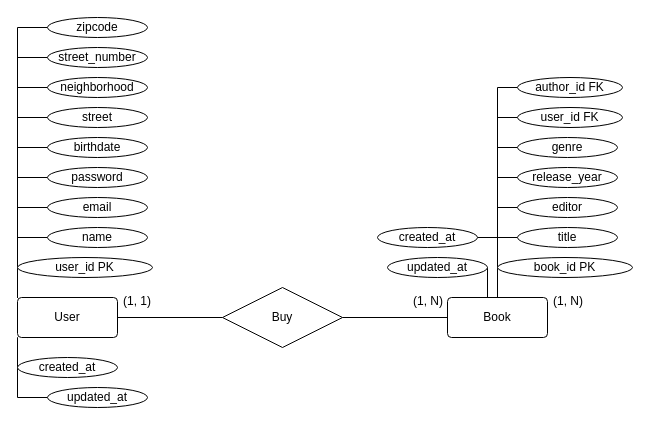
The draw.io diagram public/assets/er-diagram.drawio in v-giorgio/api-restful-ejcm, before the edit. Source tidied: cells renumbered, new cells numbered last; positions are measured from the earlier drawing's top-left corner, leaving out a move shared by most shapes. Both pictures are drawn from the tidied source at 100%, with x=0, y=0 at pixel (17, 17).
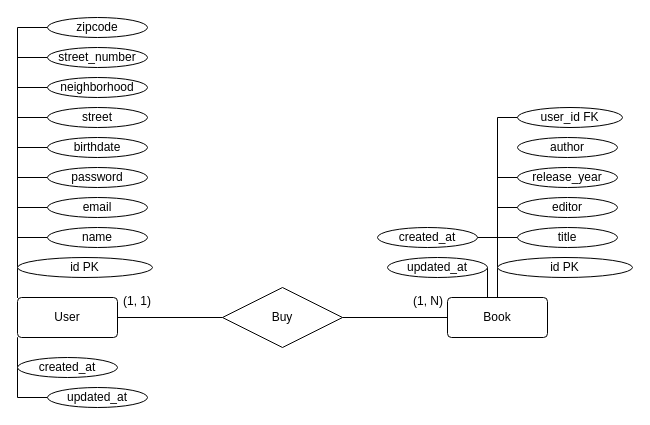
After the change.

The change refers to these unchanged cells:
```xml
<mxCell id="24" value="Book" style="rounded=1;arcSize=10;whiteSpace=wrap;html=1;align=center;" parent="1" vertex="1">
  <mxGeometry x="430" y="280" width="100" height="40" as="geometry" />
</mxCell>
```

Change to the diagram source:
```diff
@@
-    <mxCell id="19" style="edgeStyle=orthogonalEdgeStyle;rounded=0;jettySize=auto;html=1;exitX=0.5;exitY=0;exitDx=0;exitDy=0;entryX=0;entryY=0.5;entryDx=0;entryDy=0;endArrow=none;endFill=0;" parent="1" edge="1" source="24" target="40">
-      <mxGeometry relative="1" as="geometry" />
-    </mxCell>
@@
-    <mxCell id="23" style="edgeStyle=orthogonalEdgeStyle;rounded=0;jettySize=auto;html=1;exitX=0.5;exitY=0;exitDx=0;exitDy=0;entryX=0;entryY=0.5;entryDx=0;entryDy=0;endArrow=none;endFill=0;" parent="1" edge="1" source="24" target="49">
-      <mxGeometry relative="1" as="geometry" />
-    </mxCell>
@@
-    <mxCell id="35" value="user_id PK" style="ellipse;whiteSpace=wrap;html=1;align=center;" parent="1" vertex="1">
+    <mxCell id="35" value="id PK" style="ellipse;whiteSpace=wrap;html=1;align=center;" parent="1" vertex="1">
       <mxGeometry y="240" width="135" height="20" as="geometry" />
     </mxCell>
-    <mxCell id="36" value="book_id PK" style="ellipse;whiteSpace=wrap;html=1;align=center;" parent="1" vertex="1">
+    <mxCell id="36" value="id PK" style="ellipse;whiteSpace=wrap;html=1;align=center;" parent="1" vertex="1">
       <mxGeometry x="480" y="240" width="135" height="20" as="geometry" />
     </mxCell>
@@
-    <mxCell id="40" value="genre" style="ellipse;whiteSpace=wrap;html=1;align=center;" parent="1" vertex="1">
-      <mxGeometry x="500" y="120" width="100" height="20" as="geometry" />
-    </mxCell>
@@
-    <mxCell id="45" value="(1, N)" style="text;strokeColor=none;fillColor=none;spacingLeft=4;spacingRight=4;overflow=hidden;fontSize=12;" parent="1" vertex="1">
-      <mxGeometry x="530" y="270" width="60" height="30" as="geometry" />
-    </mxCell>
@@
-    <mxCell id="49" value="author_id FK" style="ellipse;whiteSpace=wrap;html=1;align=center;" parent="1" vertex="1">
-      <mxGeometry x="500" y="60" width="105" height="20" as="geometry" />
-    </mxCell>
+    <mxCell id="50" value="author" style="ellipse;whiteSpace=wrap;html=1;align=center;" parent="1" vertex="1">
+      <mxGeometry x="500" y="120" width="100" height="20" as="geometry" />
+    </mxCell>
```
